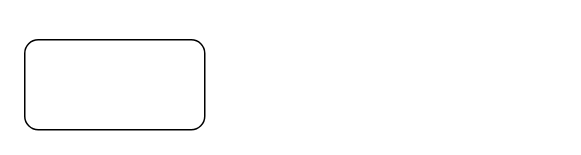
The draw.io diagram 未命名绘图.drawio in lazycao520/study_note, before the edit. Source tidied: cells renumbered, new cells numbered last; positions are measured from the earlier drawing's top-left corner, leaving out a move shared by most shapes. Both pictures are drawn from the tidied source at 150%, with x=0, y=0 at pixel (24, 39).
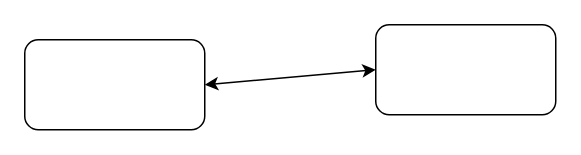
The same page after the edit.

Commit message:
更新未命名绘图.drawio

The edit, as a diff of the source:
```diff
@@
 <mxGraphModel>
   <root>
     <mxCell id="0" />
     <mxCell id="1" parent="0" />
     <mxCell id="2" style="rounded=1;whiteSpace=wrap;html=1;" parent="1" vertex="1">
       <mxGeometry width="120" height="60" as="geometry" />
     </mxCell>
+    <mxCell id="3" style="rounded=1;whiteSpace=wrap;html=1;" parent="1" vertex="1">
+      <mxGeometry x="234" y="-10" width="120" height="60" as="geometry" />
+    </mxCell>
+    <mxCell id="4" style="endArrow=classic;startArrow=classic;html=1;exitX=1;exitY=0.5;exitDx=0;exitDy=0;entryX=0;entryY=0.5;entryDx=0;entryDy=0;" parent="1" edge="1" source="2" target="3">
+      <mxGeometry relative="1" as="geometry" />
+    </mxCell>
   </root>
 </mxGraphModel>
```
